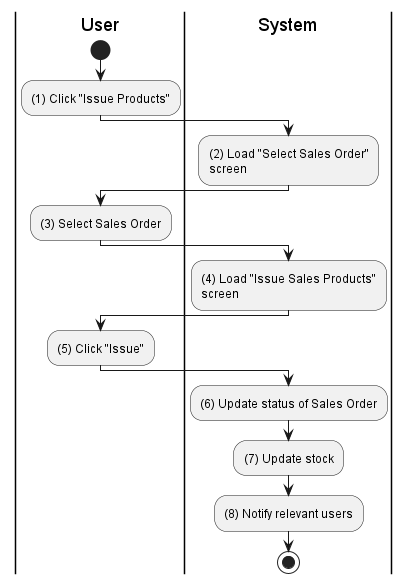
Above: activities/inventory-product-issue.png in phihungha/scmss-reqs (PlantUML), before the change.
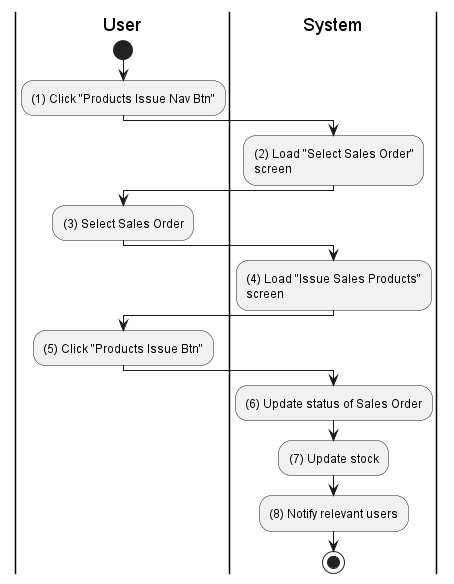
After the commit.

Change to the diagram source:
```diff
@@ -4,7 +4,7 @@
 
 |u|
 start
-:(1) Click "Issue Products";
+:(1) Click "Products Issue Nav Btn";
 
 |s|
 :(2) Load "Select Sales Order"\nscreen;
@@ -16,7 +16,7 @@
 :(4) Load "Issue Sales Products"\nscreen;
 
 |u|
-:(5) Click "Issue";
+:(5) Click "Products Issue Btn";
 
 |s|
 :(6) Update status of Sales Order;
```
